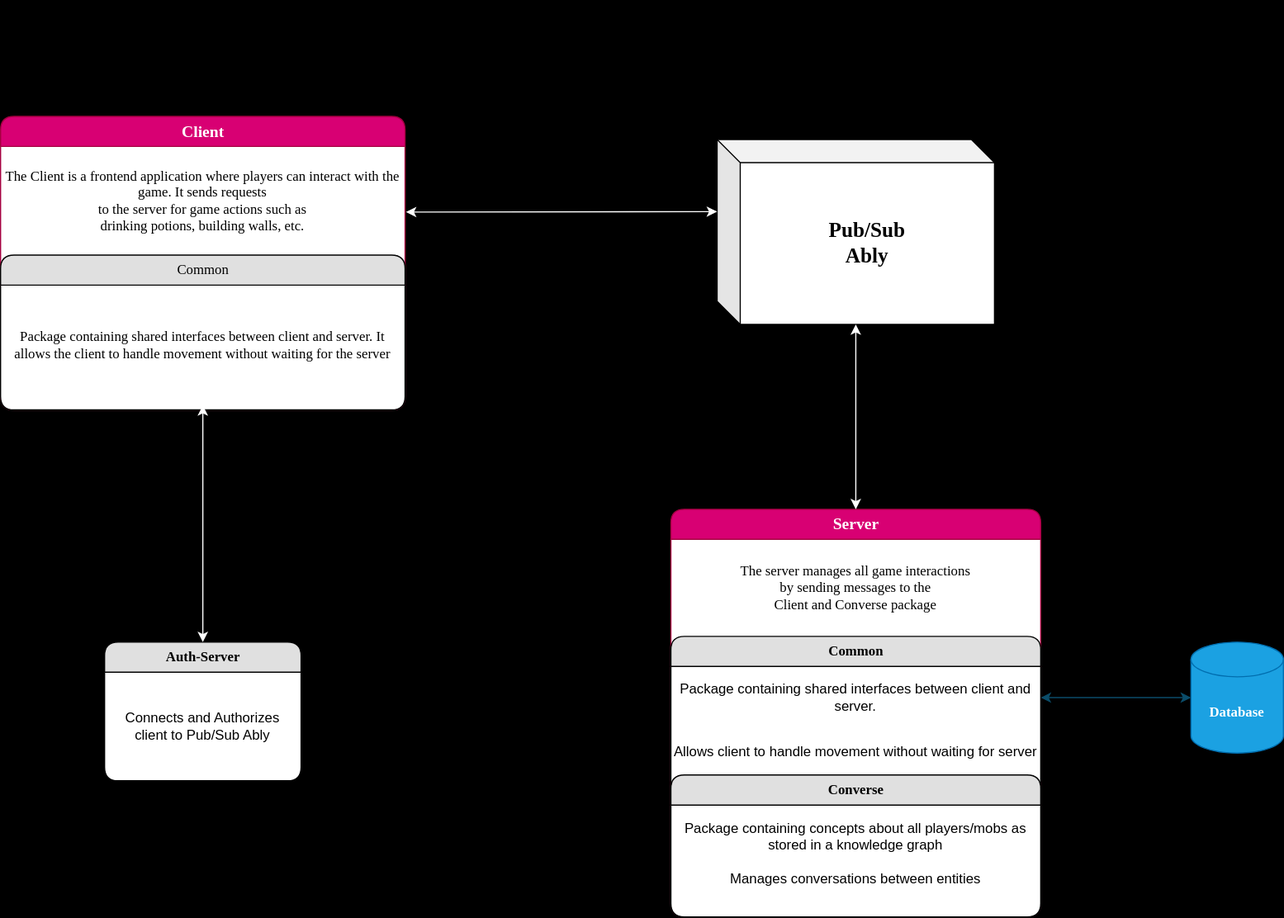
The draw.io diagram diagrams/systemArch.drawio.svg in sloalchemist/potions, before a commit. Source tidied: cells renumbered, new cells last; positions are measured from the earlier drawing's top-left corner, leaving out a move shared by most shapes.
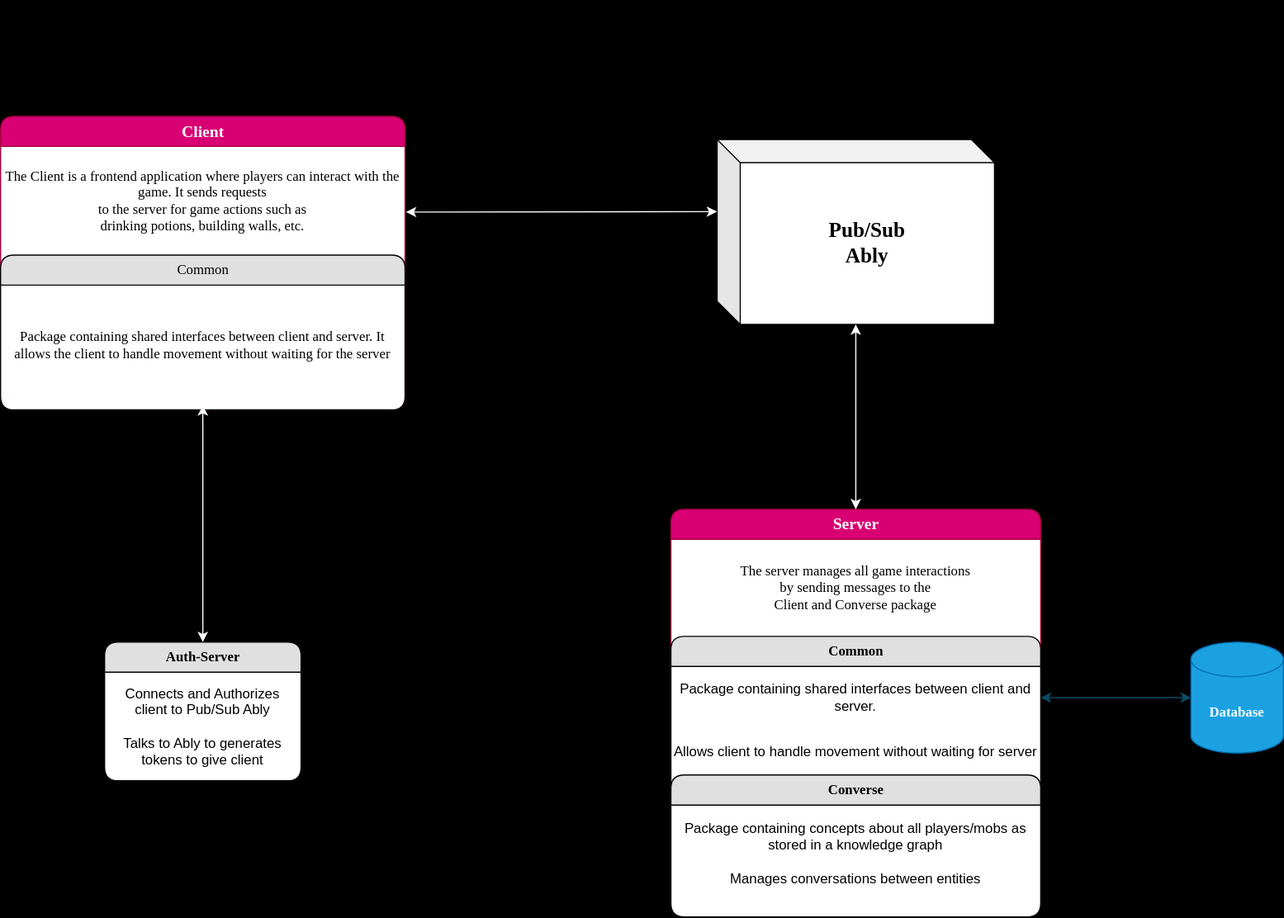
Later version of the same file.

Commit message:
doc: added additional db for clients and auth server info

What changed in the source:
```diff
@@ -5,7 +5,7 @@
     <mxCell id="2" value="&lt;h4&gt;&lt;font color=&quot;#000000&quot;&gt;Auth-Server&lt;/font&gt;&lt;/h4&gt;" style="swimlane;html=1;fontStyle=0;horizontal=1;startSize=26;fillColor=#e0e0e0;swimlaneFillColor=#ffffff;align=center;rounded=1;shadow=0;comic=0;labelBackgroundColor=none;strokeWidth=1;fontFamily=Verdana;fontSize=12;verticalAlign=middle;" parent="1" vertex="1">
       <mxGeometry x="90" y="555" width="170" height="120" as="geometry" />
     </mxCell>
-    <mxCell id="3" value="&lt;div&gt;&lt;span style=&quot;background-color: transparent; color: light-dark(rgb(0, 0, 0), rgb(255, 255, 255));&quot;&gt;&lt;font color=&quot;#000000&quot;&gt;Connects and Authorizes&amp;nbsp;&lt;/font&gt;&lt;/span&gt;&lt;/div&gt;&lt;div&gt;&lt;span style=&quot;background-color: transparent; color: light-dark(rgb(0, 0, 0), rgb(255, 255, 255));&quot;&gt;&lt;font color=&quot;#000000&quot;&gt;client to Pub/Sub Ably&lt;/font&gt;&lt;/span&gt;&lt;/div&gt;" style="text;strokeColor=none;align=center;fillColor=none;html=1;verticalAlign=middle;whiteSpace=wrap;rounded=0;" parent="2" vertex="1">
+    <mxCell id="3" value="&lt;div&gt;&lt;span style=&quot;background-color: transparent; color: light-dark(rgb(0, 0, 0), rgb(255, 255, 255));&quot;&gt;&lt;font color=&quot;#000000&quot;&gt;Connects and Authorizes&amp;nbsp;&lt;/font&gt;&lt;/span&gt;&lt;/div&gt;&lt;div&gt;&lt;span style=&quot;background-color: transparent; color: light-dark(rgb(0, 0, 0), rgb(255, 255, 255));&quot;&gt;&lt;font color=&quot;#000000&quot;&gt;client to Pub/Sub Ably&lt;/font&gt;&lt;/span&gt;&lt;/div&gt;&lt;div&gt;&lt;span style=&quot;background-color: transparent; color: light-dark(rgb(0, 0, 0), rgb(255, 255, 255));&quot;&gt;&lt;font color=&quot;#000000&quot;&gt;&lt;br&gt;&lt;/font&gt;&lt;/span&gt;&lt;/div&gt;&lt;div&gt;&lt;span style=&quot;background-color: transparent; color: light-dark(rgb(0, 0, 0), rgb(255, 255, 255));&quot;&gt;&lt;font color=&quot;#000000&quot;&gt;Talks to Ably to generates tokens to give client&lt;/font&gt;&lt;/span&gt;&lt;/div&gt;" style="text;strokeColor=none;align=center;fillColor=none;html=1;verticalAlign=middle;whiteSpace=wrap;rounded=0;" parent="2" vertex="1">
       <mxGeometry y="26" width="170" height="94" as="geometry" />
     </mxCell>
     <mxCell id="4" value="&lt;h2&gt;&lt;font face=&quot;Verdana&quot;&gt;Pub/Sub&lt;br&gt;Ably&lt;/font&gt;&lt;/h2&gt;" style="shape=cube;whiteSpace=wrap;html=1;boundedLbl=1;backgroundOutline=1;darkOpacity=0.05;darkOpacity2=0.1;points=[[0,0,0,0,0],[0,0,0,0,120],[0,0,0,10,130],[0,0,0,20,140],[0,0,0,110,0],[0,0,0,220,0],[0,0,0,230,10],[0,0,0,240,20],[0,0,0,240,80],[0,0.11,0,0,0],[0,0.25,0,0,0],[0,0.39,0,0,0],[0,0.5,0,0,0],[0,0.59,0,0,0],[0,0.68,0,0,0],[0,0.76,0,0,0],[0.2,1,0,0,0],[0.29,1,0,0,0],[0.4,1,0,0,0],[0.5,1,0,0,0],[0.63,1,0,0,0],[0.75,1,0,0,0],[0.88,1,0,0,0],[1,1,0,0,0]];" parent="1" vertex="1">
```
